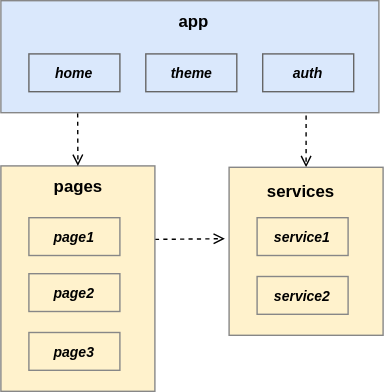
The draw.io diagram docs/diagrams/pigal_project_architecture.drawio.svg in MalcomChumchouaPenda/Pigal-Flask, before a commit. Source tidied: cells renumbered, new cells last; positions are measured from the earlier drawing's top-left corner, leaving out a move shared by most shapes. Its diagram source:
```xml
<mxGraphModel>
  <root>
    <mxCell id="0" />
    <mxCell id="1" parent="0" />
    <mxCell id="2" style="rounded=0;orthogonalLoop=1;jettySize=auto;html=1;dashed=1;endArrow=open;endFill=0;exitX=1;exitY=0.5;exitDx=0;exitDy=0;" parent="1" edge="1">
      <mxGeometry relative="1" as="geometry">
        <mxPoint x="110" y="170.5" as="sourcePoint" />
        <mxPoint x="160" y="170" as="targetPoint" />
      </mxGeometry>
    </mxCell>
    <mxCell id="3" style="rounded=0;whiteSpace=wrap;html=1;fillColor=#fff2cc;strokeColor=#878787;fontSize=12;" parent="1" vertex="1">
      <mxGeometry y="118" width="110" height="161" as="geometry" />
    </mxCell>
    <mxCell id="4" value="pages" style="text;html=1;strokeColor=none;fillColor=none;align=center;verticalAlign=middle;whiteSpace=wrap;rounded=0;fontStyle=1;fontSize=12;" parent="1" vertex="1">
      <mxGeometry x="30" y="118" width="51" height="30" as="geometry" />
    </mxCell>
    <mxCell id="5" style="rounded=0;jettySize=auto;html=1;dashed=1;endArrow=open;endFill=0;fontSize=12;entryX=0.5;entryY=0;entryDx=0;entryDy=0;exitX=0.23;exitY=1.014;exitDx=0;exitDy=0;startArrow=none;startFill=0;exitPerimeter=0;edgeStyle=orthogonalEdgeStyle;" parent="1" edge="1" target="3">
      <mxGeometry relative="1" as="geometry">
        <mxPoint x="54.8" y="80.4" as="sourcePoint" />
      </mxGeometry>
    </mxCell>
    <mxCell id="6" style="rounded=0;jettySize=auto;html=1;entryX=0.5;entryY=0;entryDx=0;entryDy=0;endArrow=open;endFill=0;dashed=1;startArrow=none;startFill=0;" parent="1" edge="1" target="8">
      <mxGeometry relative="1" as="geometry">
        <mxPoint x="218" y="82" as="sourcePoint" />
      </mxGeometry>
    </mxCell>
    <mxCell id="7" style="rounded=0;whiteSpace=wrap;html=1;fillColor=#dae8fc;fontStyle=1;fontSize=12;strokeColor=#878787;" parent="1" vertex="1">
      <mxGeometry width="270" height="80" as="geometry" />
    </mxCell>
    <mxCell id="8" style="rounded=0;whiteSpace=wrap;html=1;fillColor=#fff2cc;strokeColor=#878787;fontSize=12;" parent="1" vertex="1">
      <mxGeometry x="163" y="119" width="110" height="120" as="geometry" />
    </mxCell>
    <mxCell id="9" value="services" style="text;html=1;strokeColor=none;fillColor=none;align=center;verticalAlign=middle;whiteSpace=wrap;rounded=0;fontStyle=1;fontSize=12;" parent="1" vertex="1">
      <mxGeometry x="189" y="122" width="51" height="30" as="geometry" />
    </mxCell>
    <mxCell id="10" value="service1" style="rounded=0;whiteSpace=wrap;html=1;fillColor=none;fontStyle=3;fontSize=10;strokeColor=#878787;strokeWidth=1;" parent="1" vertex="1">
      <mxGeometry x="183" y="155" width="65" height="27" as="geometry" />
    </mxCell>
    <mxCell id="11" value="app" style="text;html=1;strokeColor=none;fillColor=none;align=center;verticalAlign=middle;whiteSpace=wrap;rounded=0;fontStyle=1;fontSize=12;" parent="1" vertex="1">
      <mxGeometry x="120.2" width="35.5" height="30" as="geometry" />
    </mxCell>
    <mxCell id="12" value="page1" style="rounded=0;whiteSpace=wrap;html=1;fillColor=none;fontStyle=3;fontSize=10;strokeColor=#878787;strokeWidth=1;" parent="1" vertex="1">
      <mxGeometry x="20" y="155" width="65" height="27" as="geometry" />
    </mxCell>
    <mxCell id="13" value="service2" style="rounded=0;whiteSpace=wrap;html=1;fillColor=none;fontStyle=3;fontSize=10;strokeColor=#878787;strokeWidth=1;" parent="1" vertex="1">
      <mxGeometry x="183" y="197" width="65" height="27" as="geometry" />
    </mxCell>
    <mxCell id="14" value="page2" style="rounded=0;whiteSpace=wrap;html=1;fillColor=none;fontStyle=3;fontSize=10;strokeColor=#878787;strokeWidth=1;" parent="1" vertex="1">
      <mxGeometry x="20" y="195" width="65" height="27" as="geometry" />
    </mxCell>
    <mxCell id="15" value="page3" style="rounded=0;whiteSpace=wrap;html=1;fillColor=none;fontStyle=3;fontSize=10;strokeColor=#878787;strokeWidth=1;" parent="1" vertex="1">
      <mxGeometry x="20" y="237" width="65" height="27" as="geometry" />
    </mxCell>
    <mxCell id="16" value="home" style="rounded=0;whiteSpace=wrap;html=1;fillColor=#dae8fc;fontStyle=3;fontSize=10;strokeColor=#666666;strokeWidth=1;" parent="1" vertex="1">
      <mxGeometry x="20" y="38" width="65" height="27" as="geometry" />
    </mxCell>
    <mxCell id="17" value="auth" style="rounded=0;whiteSpace=wrap;html=1;fillColor=#dae8fc;fontStyle=3;fontSize=10;strokeColor=#666666;strokeWidth=1;" parent="1" vertex="1">
      <mxGeometry x="187" y="38" width="65" height="27" as="geometry" />
    </mxCell>
    <mxCell id="18" value="theme" style="rounded=0;whiteSpace=wrap;html=1;fillColor=#dae8fc;fontStyle=3;fontSize=10;strokeColor=#666666;strokeWidth=1;" parent="1" vertex="1">
      <mxGeometry x="103.5" y="38" width="65" height="27" as="geometry" />
    </mxCell>
  </root>
</mxGraphModel>
```
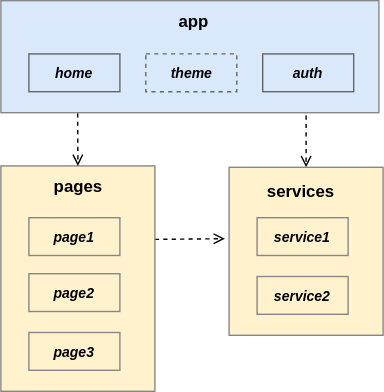
The same file after the commit.

The edit, as a diff of the source:
```diff
@@ -57,7 +57,7 @@
     <mxCell id="17" value="auth" style="rounded=0;whiteSpace=wrap;html=1;fillColor=#dae8fc;fontStyle=3;fontSize=10;strokeColor=#666666;strokeWidth=1;" parent="1" vertex="1">
       <mxGeometry x="187" y="38" width="65" height="27" as="geometry" />
     </mxCell>
-    <mxCell id="18" value="theme" style="rounded=0;whiteSpace=wrap;html=1;fillColor=#dae8fc;fontStyle=3;fontSize=10;strokeColor=#666666;strokeWidth=1;" parent="1" vertex="1">
+    <mxCell id="18" value="theme" style="rounded=0;whiteSpace=wrap;html=1;fillColor=#dae8fc;fontStyle=3;fontSize=10;strokeColor=#666666;strokeWidth=1;dashed=1;" parent="1" vertex="1">
       <mxGeometry x="103.5" y="38" width="65" height="27" as="geometry" />
     </mxCell>
   </root>
```
